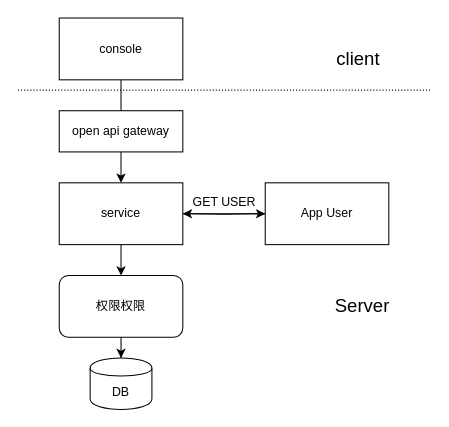
Before: appuser.drawio in chenkangzeng/appstreaming, a draw.io diagram. Source tidied: cells renumbered, new cells numbered last; positions are measured from the earlier drawing's top-left corner, leaving out a move shared by most shapes. Both pictures are drawn from the tidied source at 103%, with x=0, y=0 at pixel (18, 18).
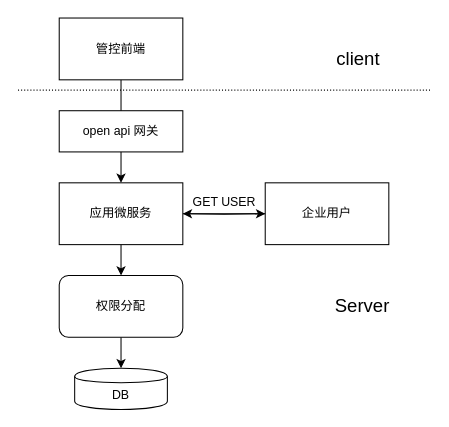
The same page after the edit.

Diff of the diagram source:
```diff
@@
 <mxGraphModel>
   <root>
     <mxCell id="0" />
     <mxCell id="1" parent="0" />
     <mxCell id="2" style="edgeStyle=orthogonalEdgeStyle;rounded=0;jettySize=auto;html=1;" parent="1" edge="1" source="3" target="7">
       <mxGeometry relative="1" as="geometry" />
     </mxCell>
-    <mxCell id="3" value="console" style="rounded=0;whiteSpace=wrap;html=1;" parent="1" vertex="1">
+    <mxCell id="3" value="管控前端" style="rounded=0;whiteSpace=wrap;html=1;" parent="1" vertex="1">
       <mxGeometry x="40" width="120" height="60" as="geometry" />
     </mxCell>
-    <mxCell id="4" value="open api gateway" style="rounded=0;whiteSpace=wrap;html=1;" parent="1" vertex="1">
+    <mxCell id="4" value="open api 网关" style="rounded=0;whiteSpace=wrap;html=1;" parent="1" vertex="1">
       <mxGeometry x="40" y="90" width="120" height="40" as="geometry" />
     </mxCell>
     <mxCell id="5" style="edgeStyle=orthogonalEdgeStyle;rounded=0;jettySize=auto;html=1;" parent="1" edge="1" source="7">
       <mxGeometry relative="1" as="geometry">
         <mxPoint x="240" y="190" as="targetPoint" />
       </mxGeometry>
     </mxCell>
     <mxCell id="6" style="edgeStyle=orthogonalEdgeStyle;rounded=0;jettySize=auto;html=1;" parent="1" edge="1" source="7" target="16">
       <mxGeometry relative="1" as="geometry" />
     </mxCell>
-    <mxCell id="7" value="service" style="rounded=0;whiteSpace=wrap;html=1;" parent="1" vertex="1">
+    <mxCell id="7" value="应用微服务" style="rounded=0;whiteSpace=wrap;html=1;" parent="1" vertex="1">
       <mxGeometry x="40" y="160" width="120" height="60" as="geometry" />
     </mxCell>
-    <mxCell id="8" value="App User" style="rounded=0;whiteSpace=wrap;html=1;" parent="1" vertex="1">
+    <mxCell id="8" value="企业用户" style="rounded=0;whiteSpace=wrap;html=1;" parent="1" vertex="1">
       <mxGeometry x="240" y="160" width="120" height="60" as="geometry" />
     </mxCell>
     <mxCell id="9" style="edgeStyle=orthogonalEdgeStyle;rounded=0;jettySize=auto;html=1;" parent="1" edge="1" target="7">
       <mxGeometry relative="1" as="geometry">
         <mxPoint x="240" y="190" as="sourcePoint" />
       </mxGeometry>
     </mxCell>
     <mxCell id="10" value="GET USER" style="text;html=1;align=center;verticalAlign=middle;strokeColor=none;" parent="1" vertex="1">
       <mxGeometry x="160" y="169" width="80" height="20" as="geometry" />
     </mxCell>
     <mxCell id="11" value="DB" style="shape=cylinder;whiteSpace=wrap;html=1;boundedLbl=1;backgroundOutline=1;rounded=0;" parent="1" vertex="1">
-      <mxGeometry x="70" y="330" width="60" height="50" as="geometry" />
+      <mxGeometry x="55" y="340" width="90" height="40" as="geometry" />
     </mxCell>
     <mxCell id="12" style="endArrow=none;html=1;rounded=0;dashed=1;dashPattern=1 2;" parent="1" edge="1">
       <mxGeometry relative="1" as="geometry">
         <mxPoint y="70" as="sourcePoint" />
         <mxPoint x="400" y="70" as="targetPoint" />
       </mxGeometry>
     </mxCell>
     <mxCell id="13" value="&lt;font style=&quot;font-size: 18px&quot;&gt;client&lt;/font&gt;" style="text;html=1;align=center;verticalAlign=middle;strokeColor=none;" parent="1" vertex="1">
       <mxGeometry x="300" y="30" width="60" height="20" as="geometry" />
     </mxCell>
     <mxCell id="14" value="Server" style="text;html=1;align=center;verticalAlign=middle;strokeColor=none;fontSize=18;" parent="1" vertex="1">
       <mxGeometry x="299" y="265" width="70" height="30" as="geometry" />
     </mxCell>
     <mxCell id="15" style="edgeStyle=orthogonalEdgeStyle;rounded=0;jettySize=auto;html=1;" parent="1" edge="1" source="16" target="11">
       <mxGeometry relative="1" as="geometry" />
     </mxCell>
-    <mxCell id="16" value="权限权限" style="rounded=1;whiteSpace=wrap;html=1;" parent="1" vertex="1">
+    <mxCell id="16" value="权限分配" style="rounded=1;whiteSpace=wrap;html=1;" parent="1" vertex="1">
       <mxGeometry x="40" y="250" width="120" height="60" as="geometry" />
     </mxCell>
   </root>
 </mxGraphModel>
```
